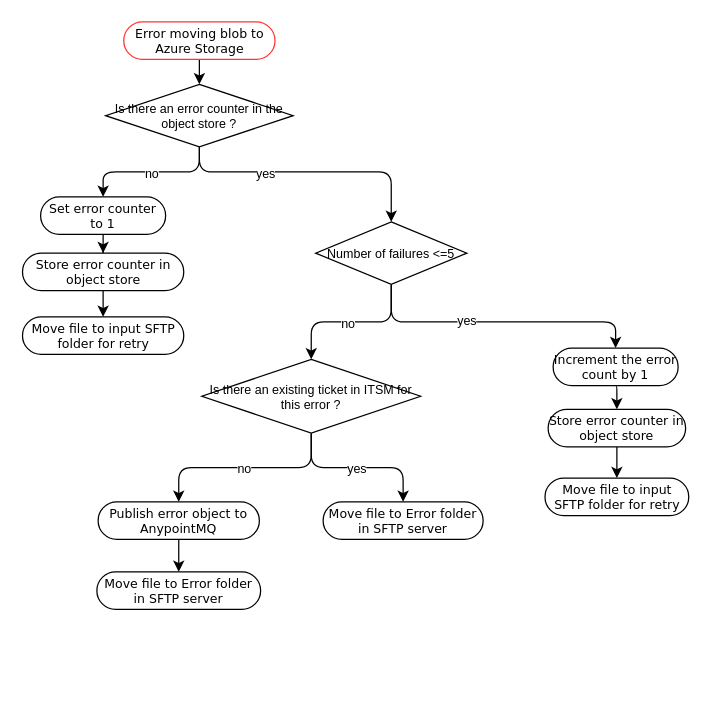
The draw.io diagram page "Error case 3" (12 of 16) of Copy of eInvoicing API Led.drawio in ahernandez1129/anypoint, before the edit. Source tidied: cells renumbered, new cells numbered last; positions are measured from the earlier drawing's top-left corner, leaving out a move shared by most shapes. Both pictures are drawn from the tidied source at 125%, with x=0, y=0 at pixel (22, 21).
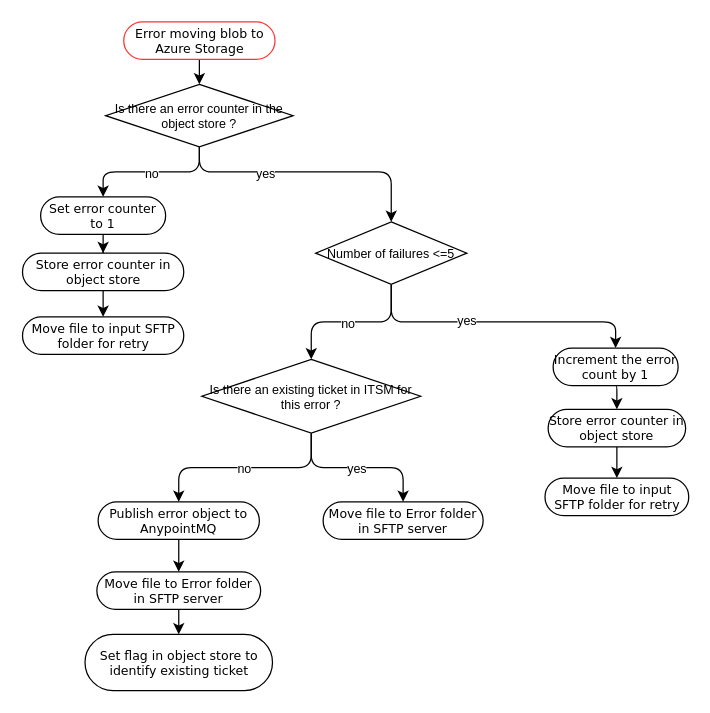
The same diagram, later.

Unchanged cells that the change refers to:
```xml
<mxCell id="25" value="&lt;span style=&quot;font-size: 10px&quot;&gt;Move file to Error folder in SFTP server&lt;/span&gt;" style="rounded=1;whiteSpace=wrap;html=1;shadow=0;comic=0;labelBackgroundColor=none;strokeColor=#000000;strokeWidth=1;fillColor=#ffffff;fontFamily=Verdana;fontSize=10;fontColor=#000000;align=center;arcSize=50;" parent="1" vertex="1">
  <mxGeometry x="59" y="440" width="131" height="30" as="geometry" />
</mxCell>
```

The edit, as a diff of the source:
```diff
@@
+    <mxCell id="31" style="edgeStyle=orthogonalEdgeStyle;rounded=0;jettySize=auto;html=1;exitX=0.5;exitY=1;exitDx=0;exitDy=0;entryX=0.5;entryY=0;entryDx=0;entryDy=0;" parent="1" edge="1" source="25" target="32">
+      <mxGeometry relative="1" as="geometry" />
+    </mxCell>
@@
+    <mxCell id="32" value="&lt;span style=&quot;font-size: 10px;&quot;&gt;Set flag in object store to identify existing ticket&lt;/span&gt;" style="rounded=1;whiteSpace=wrap;html=1;shadow=0;comic=0;labelBackgroundColor=none;strokeColor=#000000;strokeWidth=1;fillColor=#ffffff;fontFamily=Verdana;fontSize=10;fontColor=#000000;align=center;arcSize=50;" parent="1" vertex="1">
+      <mxGeometry x="49.5" y="490" width="150" height="45" as="geometry" />
+    </mxCell>
```
